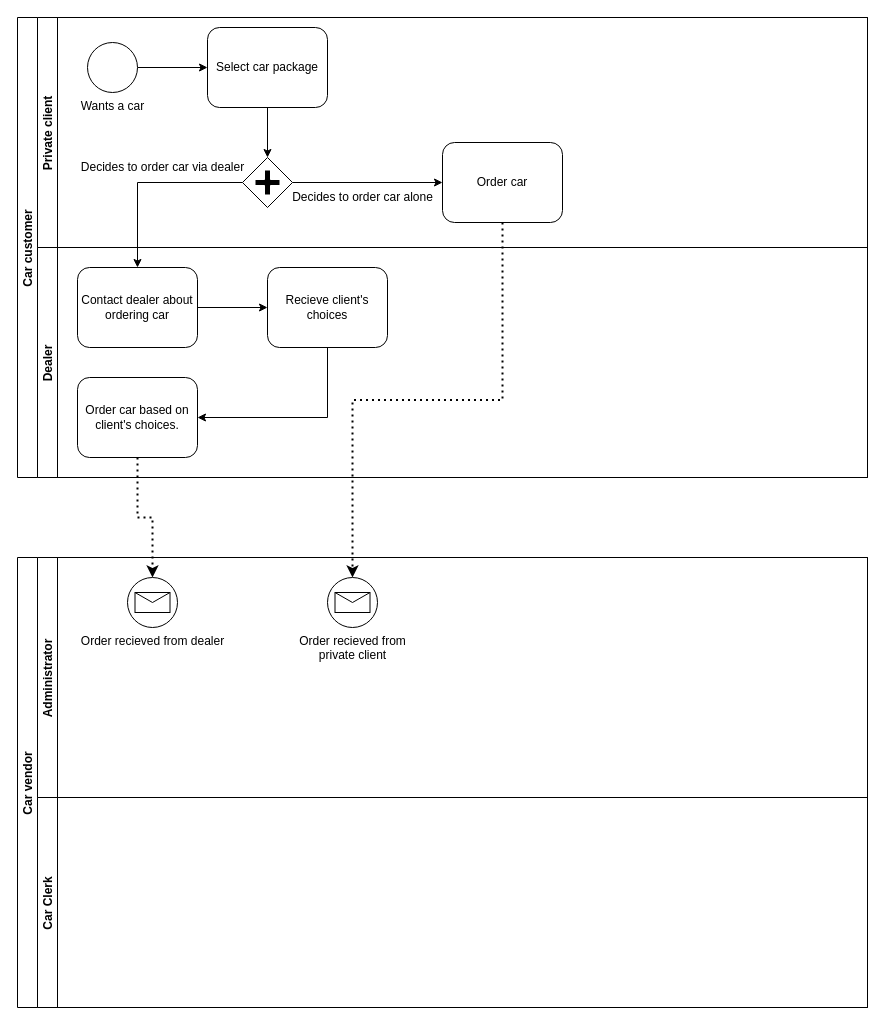
combatants7/Win keeps this draw.io diagram as BPMN.drawio. Above is the earlier version. Source tidied: cells renumbered, new cells numbered last; positions are measured from the earlier drawing's top-left corner, leaving out a move shared by most shapes. Both pictures are drawn from the tidied source at 100%, with x=0, y=0 at pixel (17, 17).
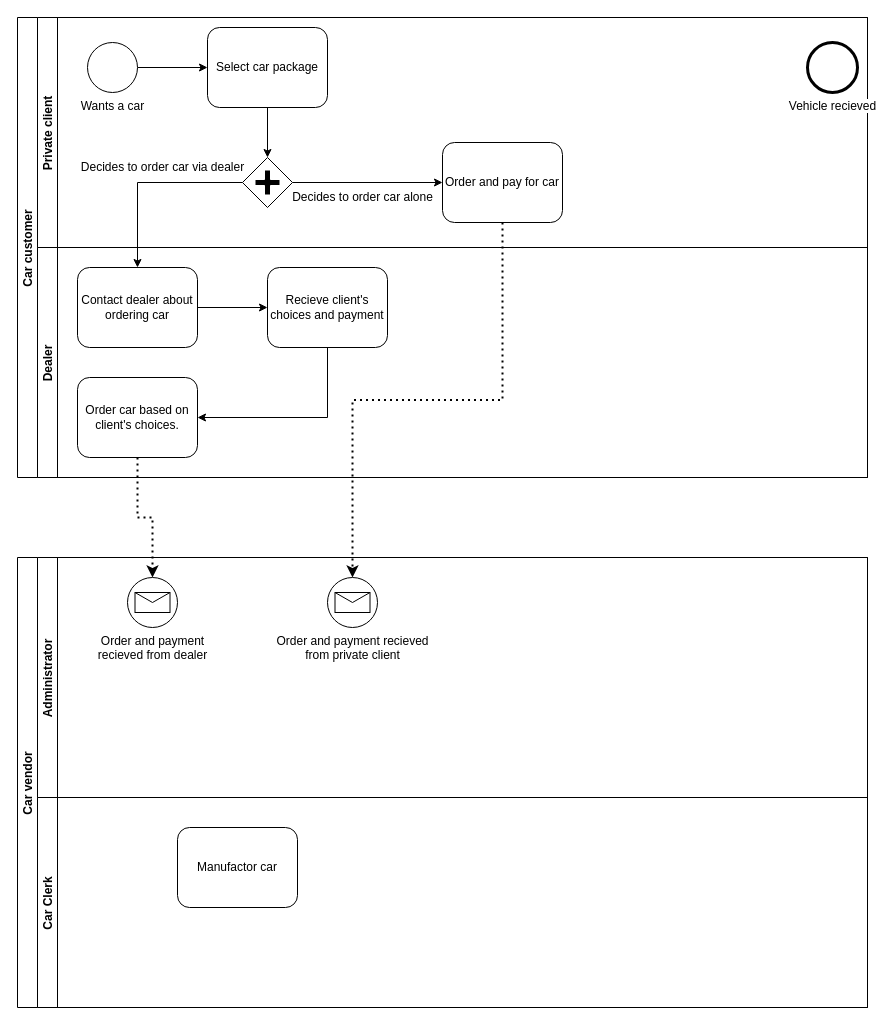
The same page after the edit.

The change refers to these unchanged cells:
```xml
<mxCell id="2" value="Car vendor" style="swimlane;startSize=20;horizontal=0;" parent="1" vertex="1">
  <mxGeometry y="540" width="850" height="450" as="geometry" />
</mxCell>
<mxCell id="3" value="Administrator" style="swimlane;startSize=20;horizontal=0;" parent="2" vertex="1">
  <mxGeometry x="20" width="830" height="240" as="geometry" />
</mxCell>
<mxCell id="7" value="Car customer" style="swimlane;startSize=20;horizontal=0;" parent="1" vertex="1">
  <mxGeometry width="850" height="460" as="geometry" />
</mxCell>
<mxCell id="8" value="Private client" style="swimlane;startSize=20;horizontal=0;" parent="7" vertex="1">
  <mxGeometry x="20" width="830" height="230" as="geometry" />
</mxCell>
```

The edit, as a diff of the source:
```diff
@@
-    <mxCell id="4" value="&lt;div&gt;Order recieved from&lt;/div&gt;&lt;div&gt;private client&lt;br&gt;&lt;/div&gt;" style="shape=mxgraph.bpmn.shape;html=1;verticalLabelPosition=bottom;labelBackgroundColor=#ffffff;verticalAlign=top;align=center;perimeter=ellipsePerimeter;outlineConnect=0;outline=standard;symbol=message;" parent="3" vertex="1">
+    <mxCell id="4" value="&lt;div&gt;Order and payment recieved &lt;br&gt;&lt;/div&gt;&lt;div&gt;from private client&lt;br&gt;&lt;/div&gt;" style="shape=mxgraph.bpmn.shape;html=1;verticalLabelPosition=bottom;labelBackgroundColor=#ffffff;verticalAlign=top;align=center;perimeter=ellipsePerimeter;outlineConnect=0;outline=standard;symbol=message;" parent="3" vertex="1">
       <mxGeometry x="290" y="20" width="50" height="50" as="geometry" />
     </mxCell>
-    <mxCell id="5" value="Order recieved from dealer" style="shape=mxgraph.bpmn.shape;html=1;verticalLabelPosition=bottom;labelBackgroundColor=#ffffff;verticalAlign=top;align=center;perimeter=ellipsePerimeter;outlineConnect=0;outline=standard;symbol=message;" parent="3" vertex="1">
+    <mxCell id="5" value="&lt;div&gt;Order and payment &lt;br&gt;&lt;/div&gt;&lt;div&gt;recieved from dealer&lt;/div&gt;" style="shape=mxgraph.bpmn.shape;html=1;verticalLabelPosition=bottom;labelBackgroundColor=#ffffff;verticalAlign=top;align=center;perimeter=ellipsePerimeter;outlineConnect=0;outline=standard;symbol=message;" parent="3" vertex="1">
       <mxGeometry x="90" y="20" width="50" height="50" as="geometry" />
     </mxCell>
+    <mxCell id="27" value="Manufactor car" style="shape=ext;rounded=1;html=1;whiteSpace=wrap;" parent="2" vertex="1">
+      <mxGeometry x="160" y="270" width="120" height="80" as="geometry" />
+    </mxCell>
@@
-    <mxCell id="13" value="Order car" style="shape=ext;rounded=1;html=1;whiteSpace=wrap;" parent="8" vertex="1">
+    <mxCell id="13" value="Order and pay for car" style="shape=ext;rounded=1;html=1;whiteSpace=wrap;" parent="8" vertex="1">
       <mxGeometry x="405" y="125" width="120" height="80" as="geometry" />
     </mxCell>
@@
+    <mxCell id="28" value="Vehicle recieved" style="shape=mxgraph.bpmn.shape;html=1;verticalLabelPosition=bottom;labelBackgroundColor=#ffffff;verticalAlign=top;align=center;perimeter=ellipsePerimeter;outline=end;symbol=general;" parent="8" vertex="1">
+      <mxGeometry x="770" y="25" width="50" height="50" as="geometry" />
+    </mxCell>
@@
-    <mxCell id="22" value="Recieve client's choices" style="shape=ext;rounded=1;html=1;whiteSpace=wrap;" parent="7" vertex="1">
+    <mxCell id="22" value="Recieve client's choices and payment" style="shape=ext;rounded=1;html=1;whiteSpace=wrap;" parent="7" vertex="1">
       <mxGeometry x="250" y="250" width="120" height="80" as="geometry" />
     </mxCell>
```
